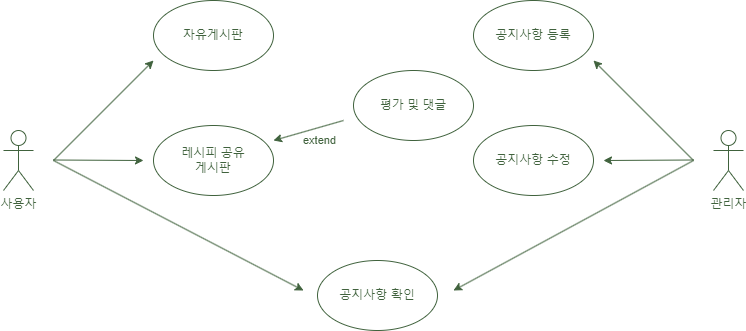
This is 수정/커뮤니티-수정.png from Yoon-jae-min/UsecaseDiagram, a draw.io export, as it was before one commit. Source tidied: cells renumbered, new cells last; positions are measured from the earlier drawing's top-left corner, leaving out a move shared by most shapes.
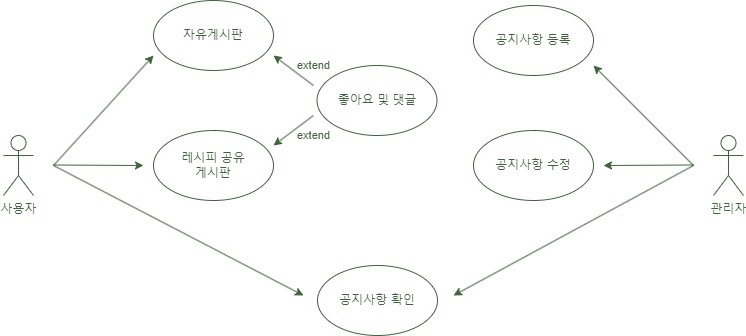
After the change.

Commit message:
커뮤니티-수정.png 업데이트

Diff of the diagram source:
```diff
@@ -9,7 +9,7 @@
       <mxGeometry x="710" y="130" width="30" height="60" as="geometry" />
     </mxCell>
     <mxCell id="4" value="자유게시판" style="ellipse;whiteSpace=wrap;html=1;fillColor=none;fontColor=#40623d;strokeColor=#40623d;" parent="1" vertex="1">
-      <mxGeometry x="150" width="120" height="70" as="geometry" />
+      <mxGeometry x="150" y="-5" width="120" height="70" as="geometry" />
     </mxCell>
     <mxCell id="5" value="레시피 공유&lt;div&gt;게시판&lt;/div&gt;" style="ellipse;whiteSpace=wrap;html=1;fillColor=none;fontColor=#40623d;strokeColor=#40623d;" parent="1" vertex="1">
       <mxGeometry x="150" y="125" width="120" height="70" as="geometry" />
@@ -26,7 +26,7 @@
     <mxCell id="9" style="endArrow=classic;html=1;rounded=0;fontColor=#40623d;strokeColor=#40623d;" parent="1" edge="1">
       <mxGeometry relative="1" as="geometry">
         <mxPoint x="50" y="160" as="sourcePoint" />
-        <mxPoint x="150" y="60" as="targetPoint" />
+        <mxPoint x="150" y="50" as="targetPoint" />
       </mxGeometry>
     </mxCell>
     <mxCell id="10" style="endArrow=classic;html=1;rounded=0;fontColor=#40623d;strokeColor=#40623d;" parent="1" edge="1">
@@ -59,14 +59,20 @@
         <mxPoint x="450" y="290" as="targetPoint" />
       </mxGeometry>
     </mxCell>
-    <mxCell id="15" value="평가 및 댓글" style="ellipse;whiteSpace=wrap;html=1;fillColor=none;fontColor=#40623d;strokeColor=#40623d;" parent="1" vertex="1">
-      <mxGeometry x="350" y="70" width="120" height="70" as="geometry" />
+    <mxCell id="15" value="좋아요 및 댓글" style="ellipse;whiteSpace=wrap;html=1;fillColor=none;fontColor=#40623d;strokeColor=#40623d;" parent="1" vertex="1">
+      <mxGeometry x="313.5" y="60" width="120" height="70" as="geometry" />
     </mxCell>
     <mxCell id="16" value="extend" style="endArrow=classic;html=1;rounded=0;labelBackgroundColor=none;fontColor=#40623d;strokeColor=#40623d;" parent="1" edge="1">
-      <mxGeometry x="-0.2" y="13" relative="1" as="geometry">
-        <mxPoint x="340" y="120" as="sourcePoint" />
+      <mxGeometry x="-0.52" y="16" relative="1" as="geometry">
+        <mxPoint x="310" y="110" as="sourcePoint" />
         <mxPoint x="270" y="140" as="targetPoint" />
       </mxGeometry>
     </mxCell>
+    <mxCell id="17" value="extend" style="endArrow=classic;html=1;rounded=0;labelBackgroundColor=none;fontColor=#40623d;strokeColor=#40623d;" parent="1" edge="1">
+      <mxGeometry x="-0.52" y="-16" relative="1" as="geometry">
+        <mxPoint x="310" y="80" as="sourcePoint" />
+        <mxPoint x="270" y="50" as="targetPoint" />
+      </mxGeometry>
+    </mxCell>
   </root>
 </mxGraphModel>
```
